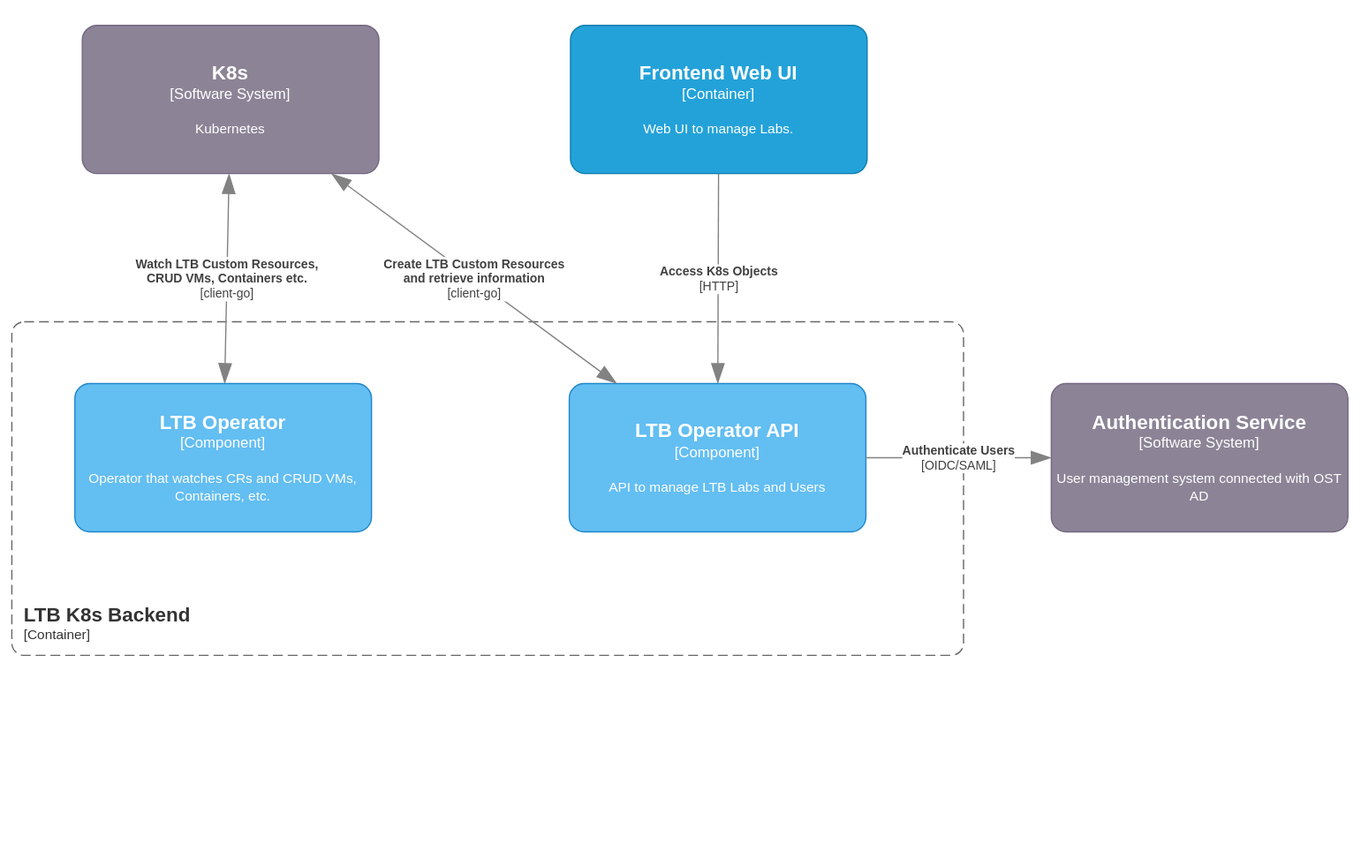
Lab-Topology-Builder/LTB-K8s-Backend keeps this draw.io diagram as docs/assets/drawings/C4-Component.drawio.svg. Above is the earlier version. Source tidied: cells renumbered, new cells last; positions are measured from the earlier drawing's top-left corner, leaving out a move shared by most shapes.
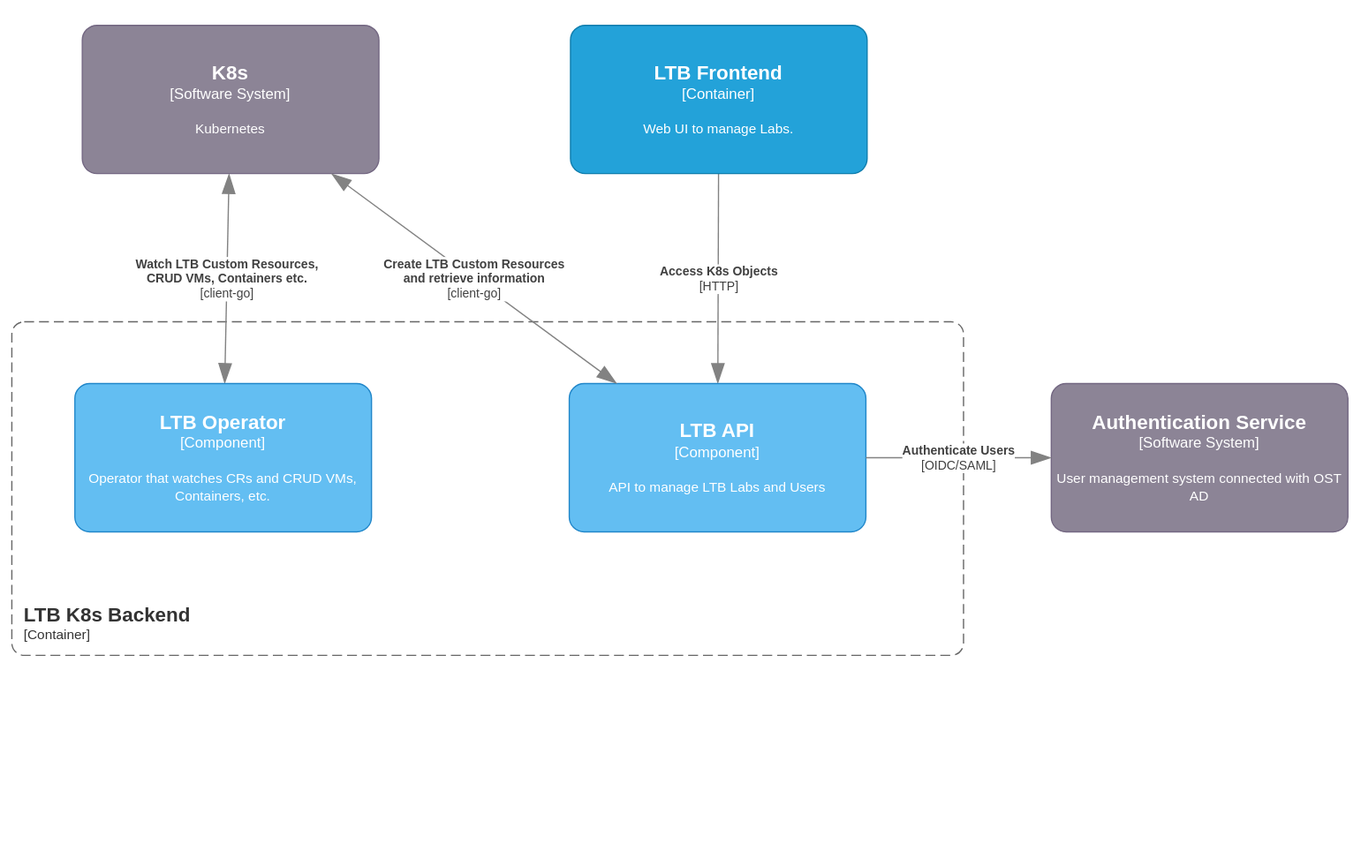
After the commit.

Diff of the diagram source:
```diff
@@ -20,7 +20,7 @@
         <mxGeometry relative="1" as="geometry" />
       </mxCell>
     </object>
-    <object id="6" label="&lt;font style=&quot;font-size: 16px&quot;&gt;&lt;b&gt;%c4Name%&lt;/b&gt;&lt;/font&gt;&lt;div&gt;[%c4Type%]&lt;/div&gt;&lt;br&gt;&lt;div&gt;&lt;font style=&quot;font-size: 11px&quot;&gt;&lt;font&gt;%c4Description%&lt;/font&gt;&lt;/font&gt;&lt;/div&gt;" c4Description="API to manage LTB Labs and Users" c4Name="LTB Operator API" c4Type="Component" placeholders="1">
+    <object id="6" label="&lt;font style=&quot;font-size: 16px&quot;&gt;&lt;b&gt;%c4Name%&lt;/b&gt;&lt;/font&gt;&lt;div&gt;[%c4Type%]&lt;/div&gt;&lt;br&gt;&lt;div&gt;&lt;font style=&quot;font-size: 11px&quot;&gt;&lt;font&gt;%c4Description%&lt;/font&gt;&lt;/font&gt;&lt;/div&gt;" c4Description="API to manage LTB Labs and Users" c4Name="LTB API" c4Type="Component" placeholders="1">
       <mxCell style="rounded=1;whiteSpace=wrap;html=1;labelBackgroundColor=none;fillColor=#63BEF2;fontColor=#FFFFFF;align=center;arcSize=10;strokeColor=#2086C9;points=[[0.25,0,0],[0.5,0,0],[0.75,0,0],[1,0.25,0],[1,0.5,0],[1,0.75,0],[0.75,1,0],[0.5,1,0],[0.25,1,0],[0,0.75,0],[0,0.5,0],[0,0.25,0]];" parent="1" vertex="1">
         <mxGeometry x="460" y="310" width="240" height="120" as="geometry" />
       </mxCell>
@@ -40,7 +40,7 @@
         <mxGeometry relative="1" as="geometry" />
       </mxCell>
     </object>
-    <object id="10" label="&lt;font style=&quot;font-size: 16px&quot;&gt;&lt;b&gt;%c4Name%&lt;/b&gt;&lt;/font&gt;&lt;div&gt;[%c4Type%]&lt;/div&gt;&lt;br&gt;&lt;div&gt;&lt;font style=&quot;font-size: 11px&quot;&gt;&lt;font&gt;%c4Description%&lt;/font&gt;&lt;/font&gt;&lt;/div&gt;" c4Description="Web UI to manage Labs." c4Name="Frontend Web UI" c4Type="Container" placeholders="1">
+    <object id="10" label="&lt;font style=&quot;font-size: 16px&quot;&gt;&lt;b&gt;%c4Name%&lt;/b&gt;&lt;/font&gt;&lt;div&gt;[%c4Type%]&lt;/div&gt;&lt;br&gt;&lt;div&gt;&lt;font style=&quot;font-size: 11px&quot;&gt;&lt;font&gt;%c4Description%&lt;/font&gt;&lt;/font&gt;&lt;/div&gt;" c4Description="Web UI to manage Labs." c4Name="LTB Frontend" c4Type="Container" placeholders="1">
       <mxCell style="rounded=1;whiteSpace=wrap;html=1;labelBackgroundColor=none;fillColor=#23A2D9;fontColor=#FFFFFF;align=center;arcSize=10;strokeColor=#0E7DAD;points=[[0.25,0,0],[0.5,0,0],[0.75,0,0],[1,0.25,0],[1,0.5,0],[1,0.75,0],[0.75,1,0],[0.5,1,0],[0.25,1,0],[0,0.75,0],[0,0.5,0],[0,0.25,0]];" parent="1" vertex="1">
         <mxGeometry x="461" y="20" width="240" height="120" as="geometry" />
       </mxCell>
```
